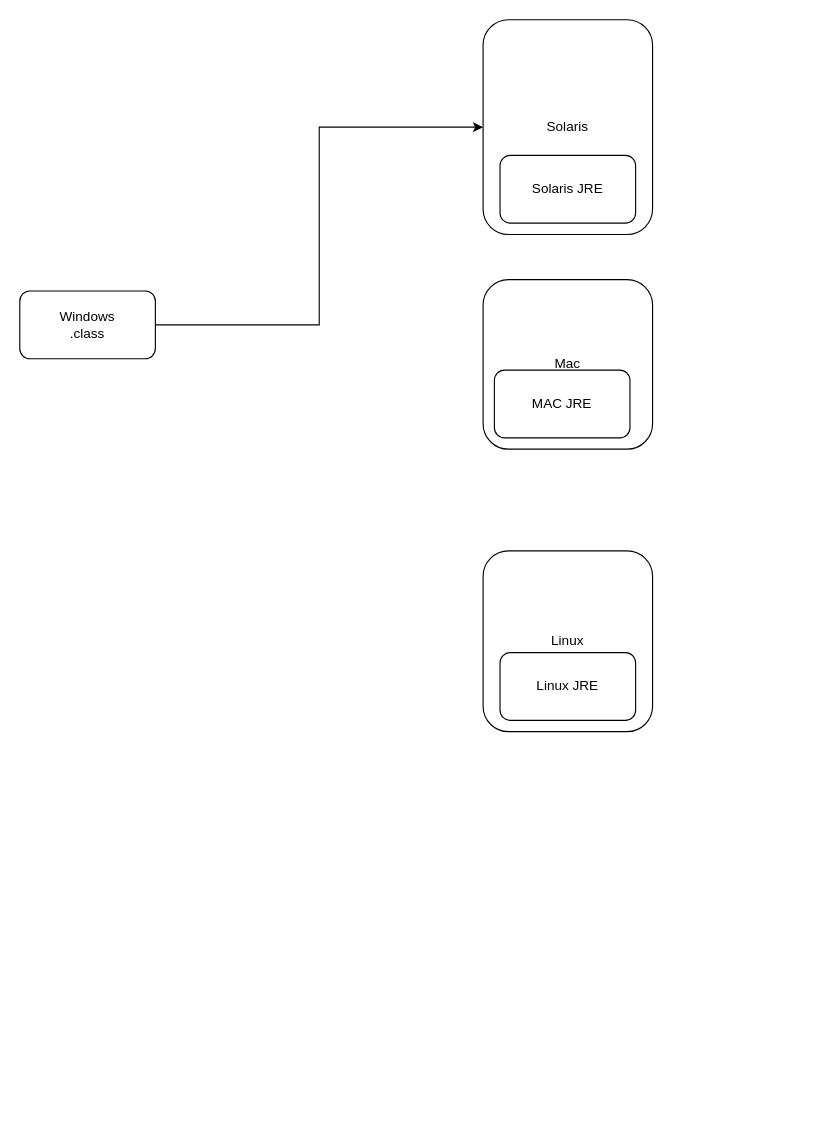
This is page "Page-1" (1 of 2) of Batch35_Draw.io.drawio from jayramrout/batch35, a draw.io file, before an edit. Source tidied: cells renumbered, new cells numbered last; positions are measured from the earlier drawing's top-left corner, leaving out a move shared by most shapes. Both pictures are drawn from the tidied source at 113%, with x=0, y=0 at pixel (19, 19).
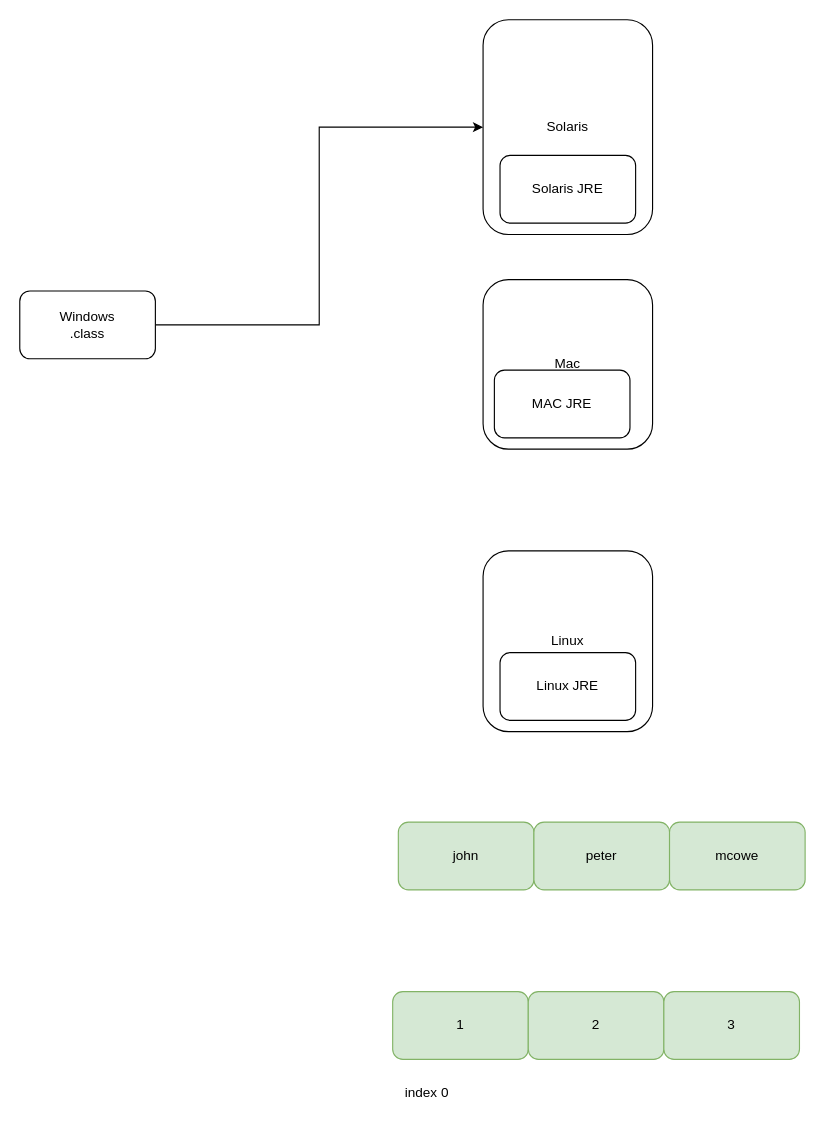
Above is the later version.

Change to the diagram source:
```diff
@@
 <mxGraphModel>
   <root>
     <mxCell id="0" />
     <mxCell id="1" parent="0" />
     <mxCell id="2" style="edgeStyle=orthogonalEdgeStyle;rounded=0;jettySize=auto;html=1;entryX=0;entryY=0.5;entryDx=0;entryDy=0;" parent="1" edge="1" source="3" target="4">
       <mxGeometry relative="1" as="geometry" />
     </mxCell>
     <mxCell id="3" value="Windows&lt;br&gt;.class" style="rounded=1;whiteSpace=wrap;html=1;" parent="1" vertex="1">
       <mxGeometry y="240" width="120" height="60" as="geometry" />
     </mxCell>
     <mxCell id="4" value="Solaris" style="rounded=1;whiteSpace=wrap;html=1;" parent="1" vertex="1">
       <mxGeometry x="410" width="150" height="190" as="geometry" />
     </mxCell>
     <mxCell id="5" value="Mac" style="rounded=1;whiteSpace=wrap;html=1;" parent="1" vertex="1">
       <mxGeometry x="410" y="230" width="150" height="150" as="geometry" />
     </mxCell>
     <mxCell id="6" value="Linux" style="rounded=1;whiteSpace=wrap;html=1;" parent="1" vertex="1">
       <mxGeometry x="410" y="470" width="150" height="160" as="geometry" />
     </mxCell>
     <mxCell id="7" value="Solaris JRE" style="rounded=1;whiteSpace=wrap;html=1;" parent="1" vertex="1">
       <mxGeometry x="425" y="120" width="120" height="60" as="geometry" />
     </mxCell>
     <mxCell id="8" value="MAC JRE" style="rounded=1;whiteSpace=wrap;html=1;" parent="1" vertex="1">
       <mxGeometry x="420" y="310" width="120" height="60" as="geometry" />
     </mxCell>
     <mxCell id="9" value="Linux JRE" style="rounded=1;whiteSpace=wrap;html=1;" parent="1" vertex="1">
       <mxGeometry x="425" y="560" width="120" height="60" as="geometry" />
     </mxCell>
+    <mxCell id="10" value="john" style="rounded=1;whiteSpace=wrap;html=1;fillColor=#d5e8d4;strokeColor=#82b366;" parent="1" vertex="1">
+      <mxGeometry x="335" y="710" width="120" height="60" as="geometry" />
+    </mxCell>
+    <mxCell id="11" value="peter" style="rounded=1;whiteSpace=wrap;html=1;fillColor=#d5e8d4;strokeColor=#82b366;" parent="1" vertex="1">
+      <mxGeometry x="455" y="710" width="120" height="60" as="geometry" />
+    </mxCell>
+    <mxCell id="12" value="mcowe" style="rounded=1;whiteSpace=wrap;html=1;fillColor=#d5e8d4;strokeColor=#82b366;" parent="1" vertex="1">
+      <mxGeometry x="575" y="710" width="120" height="60" as="geometry" />
+    </mxCell>
+    <mxCell id="13" value="1" style="rounded=1;whiteSpace=wrap;html=1;fillColor=#d5e8d4;strokeColor=#82b366;" parent="1" vertex="1">
+      <mxGeometry x="330" y="860" width="120" height="60" as="geometry" />
+    </mxCell>
+    <mxCell id="14" value="2" style="rounded=1;whiteSpace=wrap;html=1;fillColor=#d5e8d4;strokeColor=#82b366;" parent="1" vertex="1">
+      <mxGeometry x="450" y="860" width="120" height="60" as="geometry" />
+    </mxCell>
+    <mxCell id="15" value="3" style="rounded=1;whiteSpace=wrap;html=1;fillColor=#d5e8d4;strokeColor=#82b366;" parent="1" vertex="1">
+      <mxGeometry x="570" y="860" width="120" height="60" as="geometry" />
+    </mxCell>
+    <mxCell id="16" value="index 0" style="text;html=1;align=center;verticalAlign=middle;" parent="1" vertex="1">
+      <mxGeometry x="335" y="940" width="50" height="20" as="geometry" />
+    </mxCell>
   </root>
 </mxGraphModel>
```
